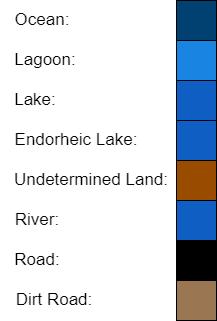
Before: images/otherMapColor.png, a diagram exported from draw.io (Sathurshan03/Island-City-Generation-2AA4). Source tidied: cells renumbered, new cells last; positions are measured from the earlier drawing's top-left corner, leaving out a move shared by most shapes.
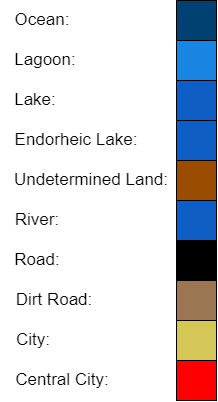
The same file after the commit.

Commit message:
Updating visualization information for city generation, issue 10

The edit, as a diff of the source:
```diff
@@ -50,5 +50,17 @@
     <mxCell id="17" style="rounded=0;whiteSpace=wrap;html=1;fillColor=#9b7653;" parent="1" vertex="1">
       <mxGeometry x="176" y="280" width="40" height="40" as="geometry" />
     </mxCell>
+    <mxCell id="18" value="&lt;font style=&quot;font-size: 17px;&quot;&gt;City:&lt;/font&gt;" style="text;html=1;strokeColor=none;fillColor=none;align=center;verticalAlign=middle;whiteSpace=wrap;rounded=0;" parent="1" vertex="1">
+      <mxGeometry x="6" y="320" width="54" height="40" as="geometry" />
+    </mxCell>
+    <mxCell id="19" value="&lt;font style=&quot;font-size: 17px;&quot;&gt;Central City:&lt;/font&gt;" style="text;html=1;strokeColor=none;fillColor=none;align=center;verticalAlign=middle;whiteSpace=wrap;rounded=0;" parent="1" vertex="1">
+      <mxGeometry x="10" y="360" width="104" height="40" as="geometry" />
+    </mxCell>
+    <mxCell id="20" style="rounded=0;whiteSpace=wrap;html=1;fillColor=#d4c758;" parent="1" vertex="1">
+      <mxGeometry x="176" y="320" width="40" height="40" as="geometry" />
+    </mxCell>
+    <mxCell id="21" style="rounded=0;whiteSpace=wrap;html=1;fillColor=#ff0000;" parent="1" vertex="1">
+      <mxGeometry x="176" y="360" width="40" height="40" as="geometry" />
+    </mxCell>
   </root>
 </mxGraphModel>
```
